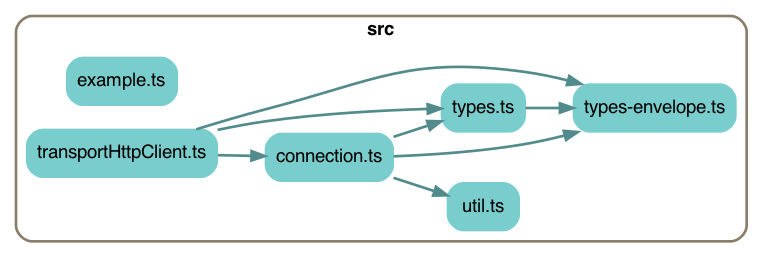
Above: depchart/depchart-simple.png in earthstar-project/earthstar-streaming-rpc (Graphviz), before the change. Its source is kept beside it as depchart/depchart-simple.dot.
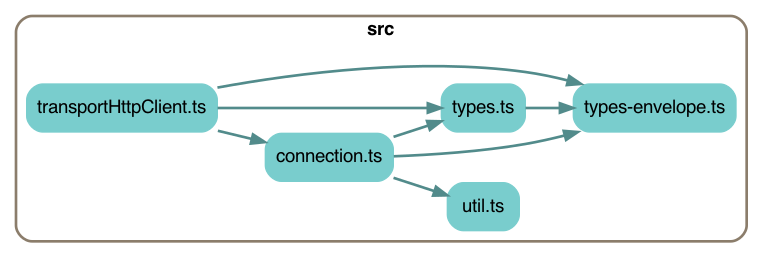
The same file after the commit.

Commit message:
move example.ts out of src/; update depchart

Diff of the diagram source:
```diff
@@ -7,14 +7,13 @@
     edge [fontname = "helvetica"];
 
 
-    subgraph cluster2285140244 {
+    subgraph cluster8513787771 {
         label=<<b>src</b>>;
         style="rounded";
         color=bisque4;
         penwidth=2;
 
         "src/connection.ts" [label="connection.ts", shape=rectangle; style="rounded,filled"; color=darkslategray3];
-        "src/example.ts" [label="example.ts", shape=rectangle; style="rounded,filled"; color=darkslategray3];
         "src/transportHttpClient.ts" [label="transportHttpClient.ts", shape=rectangle; style="rounded,filled"; color=darkslategray3];
         "src/types-envelope.ts" [label="types-envelope.ts", shape=rectangle; style="rounded,filled"; color=darkslategray3];
         "src/types.ts" [label="types.ts", shape=rectangle; style="rounded,filled"; color=darkslategray3];
```
